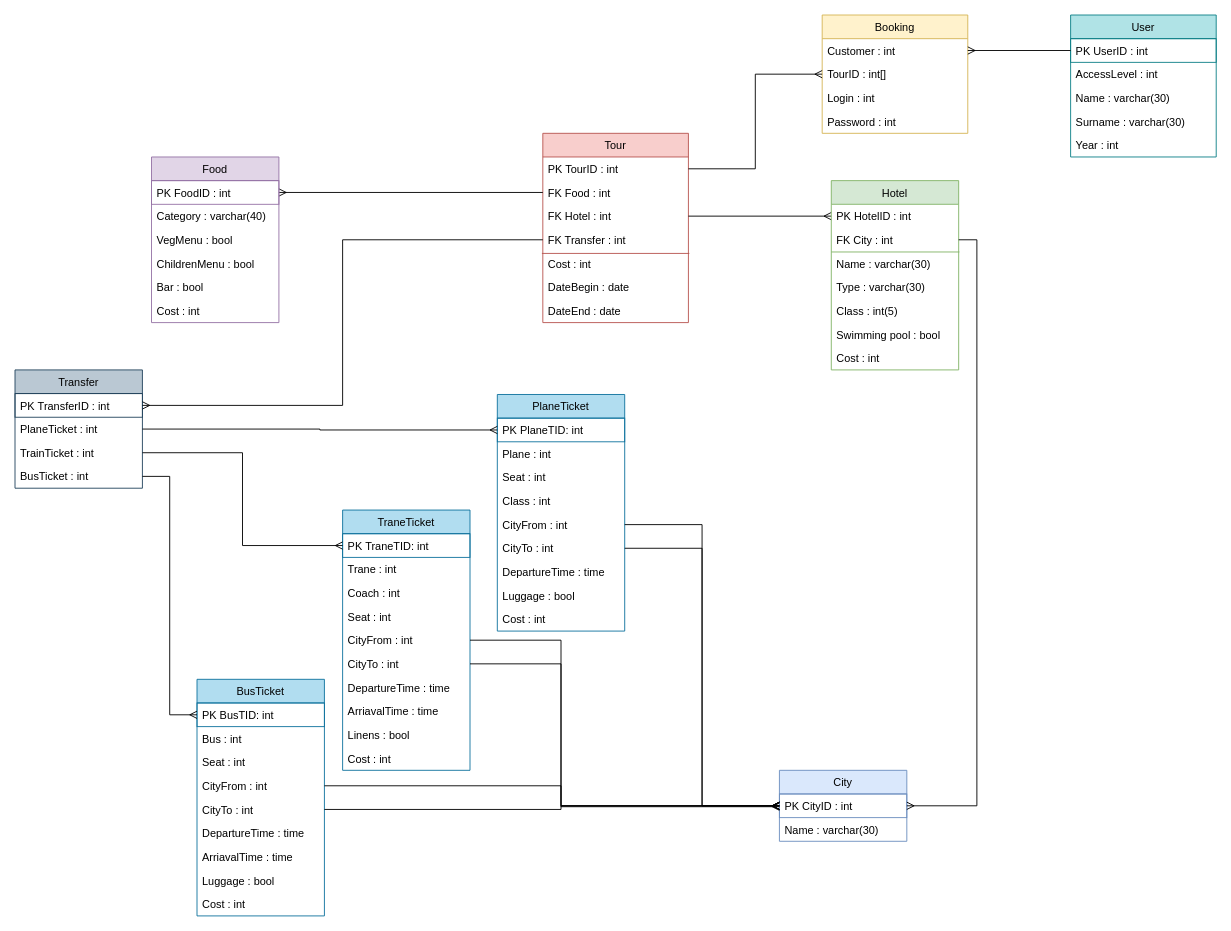
Before: report/DB_modif.drawio in platosha-git/Course-project-DB, a draw.io diagram. Source tidied: cells renumbered, new cells numbered last; positions are measured from the earlier drawing's top-left corner, leaving out a move shared by most shapes. Both pictures are drawn from the tidied source at 91%, with x=0, y=0 at pixel (15, 15).
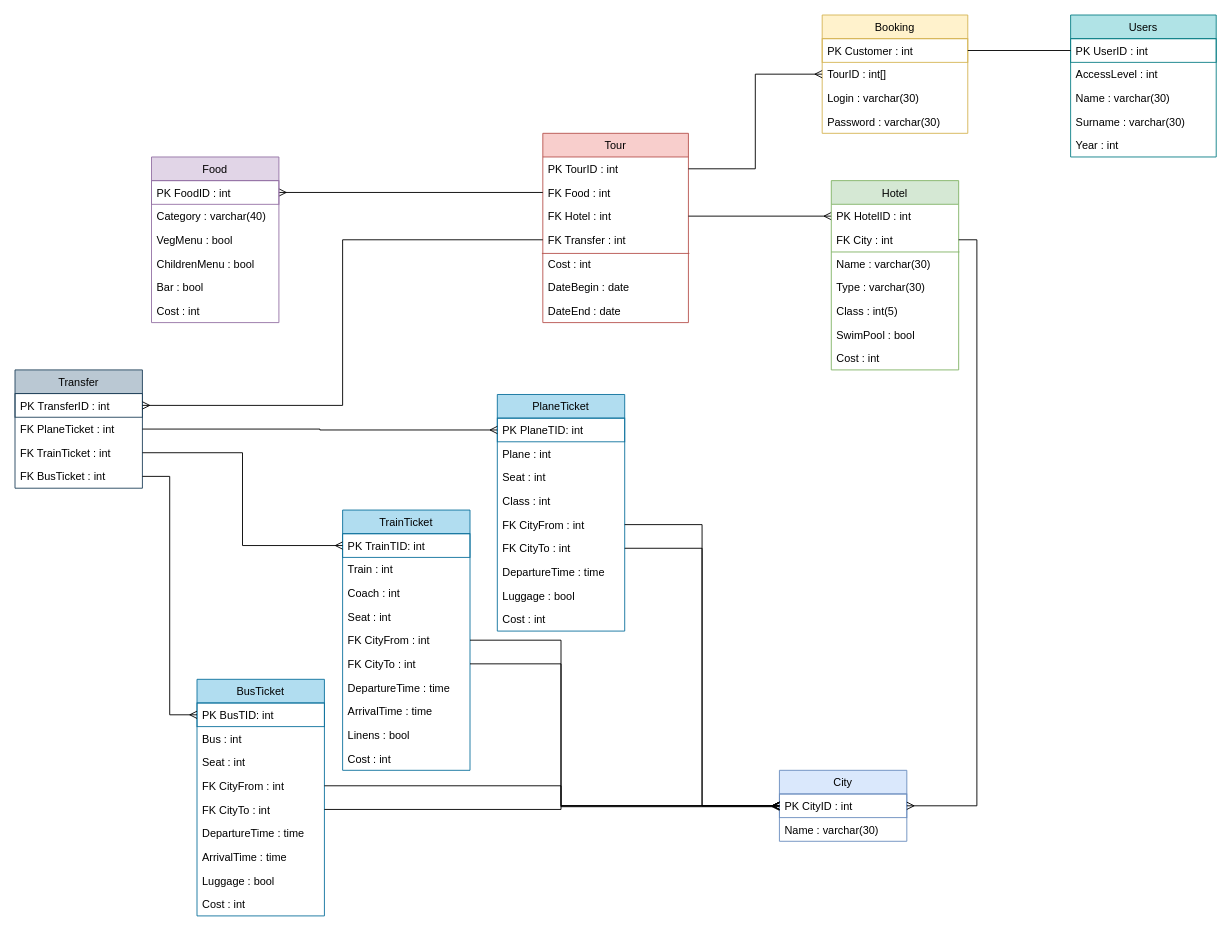
After the change.

The change refers to these unchanged cells:
```xml
<mxCell id="20" value="Hotel" style="swimlane;fontStyle=0;horizontal=1;startSize=26;fillColor=#d5e8d4;align=center;strokeColor=#82b366;" parent="1" vertex="1">
  <mxGeometry x="897" y="182" width="140" height="208" as="geometry" />
</mxCell>
<mxCell id="33" value="Booking" style="swimlane;fontStyle=0;horizontal=1;startSize=26;fillColor=#fff2cc;strokeColor=#d6b656;" parent="1" vertex="1">
  <mxGeometry x="887" width="160" height="130" as="geometry" />
</mxCell>
<mxCell id="40" value="PK UserID : int" style="text;align=left;verticalAlign=top;spacingLeft=4;spacingRight=4;overflow=hidden;points=[[0,0.5],[1,0.5]];portConstraint=eastwest;strokeColor=#0e8088;" parent="39" vertex="1">
  <mxGeometry y="26" width="160" height="26" as="geometry" />
</mxCell>
<mxCell id="46" value="Transfer" style="swimlane;fontStyle=0;horizontal=1;startSize=26;fillColor=#bac8d3;align=center;strokeColor=#23445d;" parent="1" vertex="1">
  <mxGeometry y="390" width="140" height="130" as="geometry" />
</mxCell>
<mxCell id="62" value="PlaneTicket" style="swimlane;fontStyle=0;horizontal=1;startSize=26;align=center;fillColor=#b1ddf0;strokeColor=#10739e;" parent="1" vertex="1">
  <mxGeometry x="530" y="417" width="140" height="260" as="geometry" />
</mxCell>
<mxCell id="72" value="BusTicket" style="swimlane;fontStyle=0;horizontal=1;startSize=26;fillColor=#b1ddf0;align=center;strokeColor=#10739e;" parent="1" vertex="1">
  <mxGeometry x="200" y="730" width="140" height="260" as="geometry" />
</mxCell>
```

Change to the diagram source:
```diff
@@
-    <mxCell id="26" value="Swimming pool : bool" style="text;strokeColor=none;fillColor=none;align=left;verticalAlign=top;spacingLeft=4;spacingRight=4;overflow=hidden;" parent="20" vertex="1">
+    <mxCell id="26" value="SwimPool : bool" style="text;strokeColor=none;fillColor=none;align=left;verticalAlign=top;spacingLeft=4;spacingRight=4;overflow=hidden;" parent="20" vertex="1">
       <mxGeometry y="156" width="140" height="26" as="geometry" />
     </mxCell>
@@
-    <mxCell id="34" value="Customer : int&#10;" style="text;strokeColor=none;fillColor=none;align=left;verticalAlign=top;spacingLeft=4;spacingRight=4;overflow=hidden;points=[[0,0.5],[1,0.5]];portConstraint=eastwest;" parent="33" vertex="1">
+    <mxCell id="34" value="PK Customer : int&#10;" style="text;strokeColor=#d6b656;align=left;verticalAlign=top;spacingLeft=4;spacingRight=4;overflow=hidden;points=[[0,0.5],[1,0.5]];portConstraint=eastwest;" parent="33" vertex="1">
       <mxGeometry y="26" width="160" height="26" as="geometry" />
     </mxCell>
@@
-    <mxCell id="36" value="Login : int" style="text;strokeColor=none;fillColor=none;align=left;verticalAlign=top;spacingLeft=4;spacingRight=4;overflow=hidden;" parent="33" vertex="1">
+    <mxCell id="36" value="Login : varchar(30)" style="text;strokeColor=none;fillColor=none;align=left;verticalAlign=top;spacingLeft=4;spacingRight=4;overflow=hidden;" parent="33" vertex="1">
       <mxGeometry y="78" width="160" height="26" as="geometry" />
     </mxCell>
-    <mxCell id="37" value="Password : int" style="text;strokeColor=none;fillColor=none;align=left;verticalAlign=top;spacingLeft=4;spacingRight=4;overflow=hidden;" parent="33" vertex="1">
+    <mxCell id="37" value="Password : varchar(30)" style="text;strokeColor=none;fillColor=none;align=left;verticalAlign=top;spacingLeft=4;spacingRight=4;overflow=hidden;" parent="33" vertex="1">
       <mxGeometry y="104" width="160" height="26" as="geometry" />
     </mxCell>
@@
-    <mxCell id="39" value="User" style="swimlane;fontStyle=0;horizontal=1;startSize=26;fillColor=#b0e3e6;strokeColor=#0e8088;" parent="1" vertex="1">
+    <mxCell id="39" value="Users" style="swimlane;fontStyle=0;horizontal=1;startSize=26;fillColor=#b0e3e6;strokeColor=#0e8088;" parent="1" vertex="1">
       <mxGeometry x="1160" width="160" height="156" as="geometry" />
     </mxCell>
@@
-    <mxCell id="45" style="edgeStyle=orthogonalEdgeStyle;rounded=0;jettySize=auto;html=1;exitX=1;exitY=0.5;exitDx=0;exitDy=0;entryX=0;entryY=0.5;entryDx=0;entryDy=0;endArrow=none;endFill=0;startArrow=ERmany;startFill=0;" parent="1" edge="1" source="34" target="40">
+    <mxCell id="45" style="edgeStyle=orthogonalEdgeStyle;rounded=0;jettySize=auto;html=1;exitX=1;exitY=0.5;exitDx=0;exitDy=0;entryX=0;entryY=0.5;entryDx=0;entryDy=0;endArrow=none;endFill=0;startArrow=none;startFill=0;" parent="1" edge="1" source="34" target="40">
       <mxGeometry relative="1" as="geometry" />
     </mxCell>
@@
-    <mxCell id="48" value="PlaneTicket : int" style="text;strokeColor=none;fillColor=none;align=left;verticalAlign=top;spacingLeft=4;spacingRight=4;overflow=hidden;points=[[0,0.5],[1,0.5]];portConstraint=eastwest;" parent="46" vertex="1">
+    <mxCell id="48" value="FK PlaneTicket : int" style="text;strokeColor=none;fillColor=none;align=left;verticalAlign=top;spacingLeft=4;spacingRight=4;overflow=hidden;points=[[0,0.5],[1,0.5]];portConstraint=eastwest;" parent="46" vertex="1">
       <mxGeometry y="52" width="140" height="26" as="geometry" />
     </mxCell>
-    <mxCell id="49" value="TrainTicket : int" style="text;strokeColor=none;fillColor=none;align=left;verticalAlign=top;spacingLeft=4;spacingRight=4;overflow=hidden;points=[[0,0.5],[1,0.5]];portConstraint=eastwest;" parent="46" vertex="1">
+    <mxCell id="49" value="FK TrainTicket : int" style="text;strokeColor=none;fillColor=none;align=left;verticalAlign=top;spacingLeft=4;spacingRight=4;overflow=hidden;points=[[0,0.5],[1,0.5]];portConstraint=eastwest;" parent="46" vertex="1">
       <mxGeometry y="78" width="140" height="26" as="geometry" />
     </mxCell>
-    <mxCell id="50" value="BusTicket : int" style="text;strokeColor=none;fillColor=none;align=left;verticalAlign=top;spacingLeft=4;spacingRight=4;overflow=hidden;points=[[0,0.5],[1,0.5]];portConstraint=eastwest;" parent="46" vertex="1">
+    <mxCell id="50" value="FK BusTicket : int" style="text;strokeColor=none;fillColor=none;align=left;verticalAlign=top;spacingLeft=4;spacingRight=4;overflow=hidden;points=[[0,0.5],[1,0.5]];portConstraint=eastwest;" parent="46" vertex="1">
       <mxGeometry y="104" width="140" height="26" as="geometry" />
     </mxCell>
-    <mxCell id="51" value="TraneTicket" style="swimlane;fontStyle=0;horizontal=1;startSize=26;fillColor=#b1ddf0;align=center;strokeColor=#10739e;" parent="1" vertex="1">
+    <mxCell id="51" value="TrainTicket" style="swimlane;fontStyle=0;horizontal=1;startSize=26;fillColor=#b1ddf0;align=center;strokeColor=#10739e;" parent="1" vertex="1">
       <mxGeometry x="360" y="544" width="140" height="286" as="geometry" />
     </mxCell>
-    <mxCell id="52" value="PK TraneTID: int" style="text;strokeColor=#10739e;align=left;verticalAlign=top;spacingLeft=4;spacingRight=4;overflow=hidden;points=[[0,0.5],[1,0.5]];portConstraint=eastwest;" parent="51" vertex="1">
+    <mxCell id="52" value="PK TrainTID: int" style="text;strokeColor=#10739e;align=left;verticalAlign=top;spacingLeft=4;spacingRight=4;overflow=hidden;points=[[0,0.5],[1,0.5]];portConstraint=eastwest;" parent="51" vertex="1">
       <mxGeometry y="26" width="140" height="26" as="geometry" />
     </mxCell>
-    <mxCell id="53" value="Trane : int" style="text;strokeColor=none;fillColor=none;align=left;verticalAlign=top;spacingLeft=4;spacingRight=4;overflow=hidden;" parent="51" vertex="1">
+    <mxCell id="53" value="Train : int" style="text;strokeColor=none;fillColor=none;align=left;verticalAlign=top;spacingLeft=4;spacingRight=4;overflow=hidden;" parent="51" vertex="1">
       <mxGeometry y="52" width="140" height="26" as="geometry" />
     </mxCell>
@@
-    <mxCell id="56" value="CityFrom : int" style="text;strokeColor=none;fillColor=none;align=left;verticalAlign=top;spacingLeft=4;spacingRight=4;overflow=hidden;points=[[0,0.5],[1,0.5]];portConstraint=eastwest;" parent="51" vertex="1">
+    <mxCell id="56" value="FK CityFrom : int" style="text;strokeColor=none;fillColor=none;align=left;verticalAlign=top;spacingLeft=4;spacingRight=4;overflow=hidden;points=[[0,0.5],[1,0.5]];portConstraint=eastwest;" parent="51" vertex="1">
       <mxGeometry y="130" width="140" height="26" as="geometry" />
     </mxCell>
-    <mxCell id="57" value="CityTo : int" style="text;strokeColor=none;fillColor=none;align=left;verticalAlign=top;spacingLeft=4;spacingRight=4;overflow=hidden;points=[[0,0.5],[1,0.5]];portConstraint=eastwest;" parent="51" vertex="1">
+    <mxCell id="57" value="FK CityTo : int" style="text;strokeColor=none;fillColor=none;align=left;verticalAlign=top;spacingLeft=4;spacingRight=4;overflow=hidden;points=[[0,0.5],[1,0.5]];portConstraint=eastwest;" parent="51" vertex="1">
       <mxGeometry y="156" width="140" height="26" as="geometry" />
     </mxCell>
@@
-    <mxCell id="59" value="ArriavalTime : time" style="text;strokeColor=none;fillColor=none;align=left;verticalAlign=top;spacingLeft=4;spacingRight=4;overflow=hidden;" parent="51" vertex="1">
+    <mxCell id="59" value="ArrivalTime : time" style="text;strokeColor=none;fillColor=none;align=left;verticalAlign=top;spacingLeft=4;spacingRight=4;overflow=hidden;" parent="51" vertex="1">
       <mxGeometry y="208" width="140" height="26" as="geometry" />
     </mxCell>
@@
-    <mxCell id="67" value="CityFrom : int" style="text;strokeColor=none;fillColor=none;align=left;verticalAlign=top;spacingLeft=4;spacingRight=4;overflow=hidden;points=[[0,0.5],[1,0.5]];portConstraint=eastwest;" parent="62" vertex="1">
+    <mxCell id="67" value="FK CityFrom : int" style="text;strokeColor=none;fillColor=none;align=left;verticalAlign=top;spacingLeft=4;spacingRight=4;overflow=hidden;points=[[0,0.5],[1,0.5]];portConstraint=eastwest;" parent="62" vertex="1">
       <mxGeometry y="130" width="140" height="26" as="geometry" />
     </mxCell>
-    <mxCell id="68" value="CityTo : int" style="text;strokeColor=none;fillColor=none;align=left;verticalAlign=top;spacingLeft=4;spacingRight=4;overflow=hidden;points=[[0,0.5],[1,0.5]];portConstraint=eastwest;" parent="62" vertex="1">
+    <mxCell id="68" value="FK CityTo : int" style="text;strokeColor=none;fillColor=none;align=left;verticalAlign=top;spacingLeft=4;spacingRight=4;overflow=hidden;points=[[0,0.5],[1,0.5]];portConstraint=eastwest;" parent="62" vertex="1">
       <mxGeometry y="156" width="140" height="26" as="geometry" />
     </mxCell>
@@
-    <mxCell id="76" value="CityFrom : int" style="text;strokeColor=none;fillColor=none;align=left;verticalAlign=top;spacingLeft=4;spacingRight=4;overflow=hidden;points=[[0,0.5],[1,0.5]];portConstraint=eastwest;" parent="72" vertex="1">
+    <mxCell id="76" value="FK CityFrom : int" style="text;strokeColor=none;fillColor=none;align=left;verticalAlign=top;spacingLeft=4;spacingRight=4;overflow=hidden;points=[[0,0.5],[1,0.5]];portConstraint=eastwest;" parent="72" vertex="1">
       <mxGeometry y="104" width="140" height="26" as="geometry" />
     </mxCell>
-    <mxCell id="77" value="CityTo : int" style="text;strokeColor=none;fillColor=none;align=left;verticalAlign=top;spacingLeft=4;spacingRight=4;overflow=hidden;points=[[0,0.5],[1,0.5]];portConstraint=eastwest;" parent="72" vertex="1">
+    <mxCell id="77" value="FK CityTo : int" style="text;strokeColor=none;fillColor=none;align=left;verticalAlign=top;spacingLeft=4;spacingRight=4;overflow=hidden;points=[[0,0.5],[1,0.5]];portConstraint=eastwest;" parent="72" vertex="1">
       <mxGeometry y="130" width="140" height="26" as="geometry" />
     </mxCell>
@@
-    <mxCell id="79" value="ArriavalTime : time" style="text;strokeColor=none;fillColor=none;align=left;verticalAlign=top;spacingLeft=4;spacingRight=4;overflow=hidden;" parent="72" vertex="1">
+    <mxCell id="79" value="ArrivalTime : time" style="text;strokeColor=none;fillColor=none;align=left;verticalAlign=top;spacingLeft=4;spacingRight=4;overflow=hidden;" parent="72" vertex="1">
       <mxGeometry y="182" width="140" height="26" as="geometry" />
     </mxCell>
```
